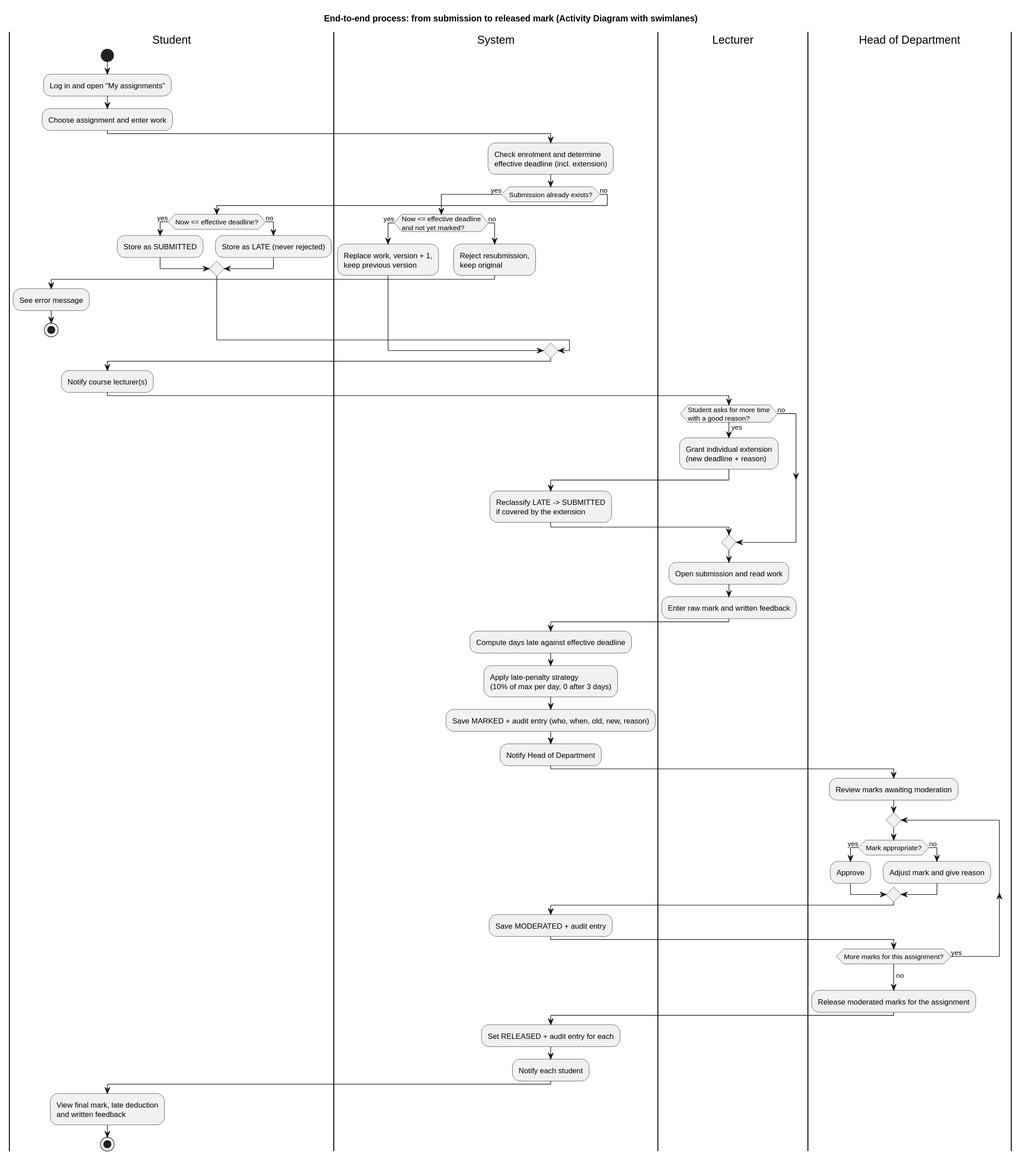
Above: docs/diagrams/rendered/activity-submission-to-release.svg in victormonyekem02-sudo/Edu-Management-System (PlantUML), before the change.
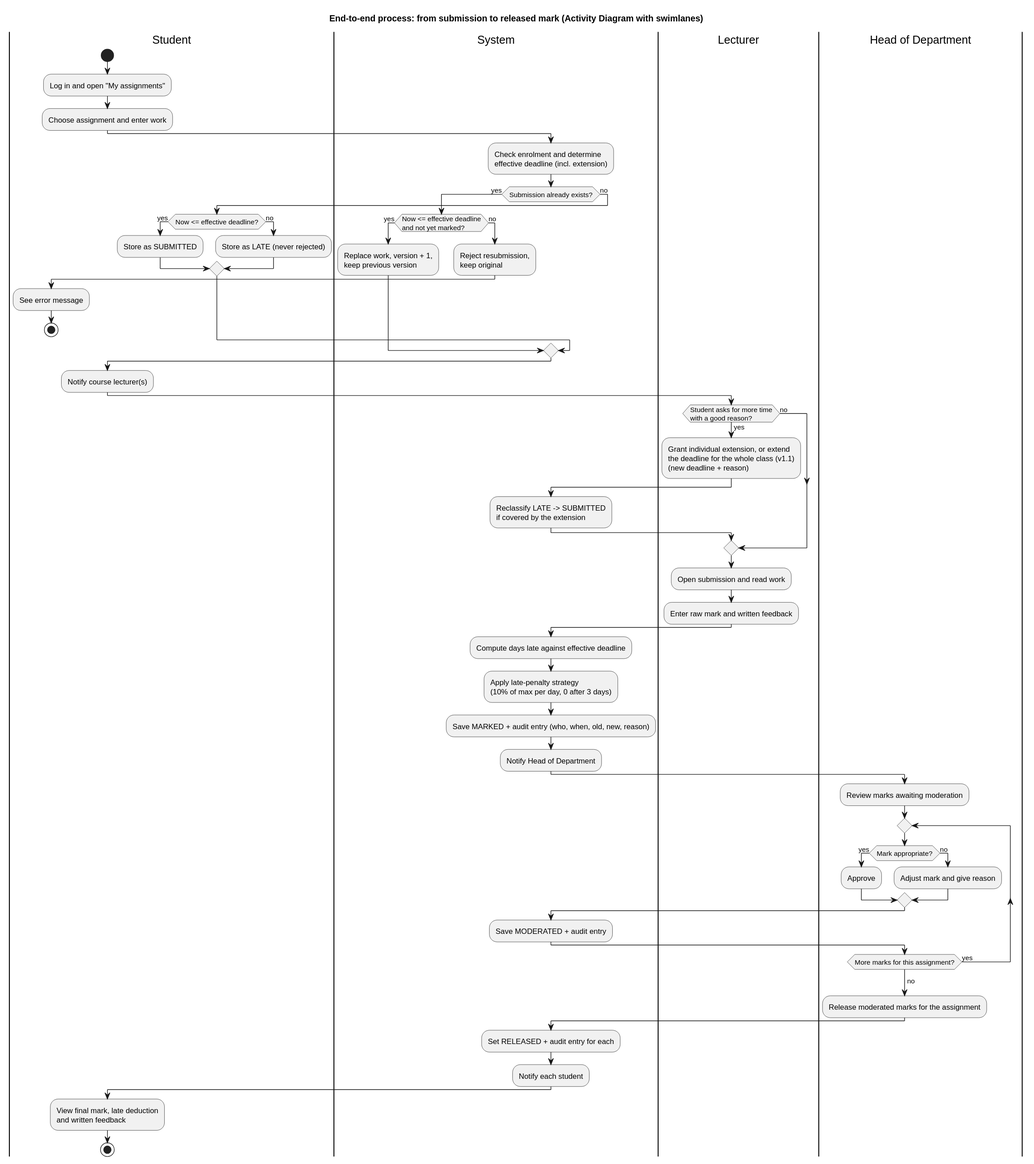
Later version of the same file.

Diff of the diagram source:
```diff
@@ -29,7 +29,9 @@
 :Notify course lecturer(s);
 |Lecturer|
 if (Student asks for more time\nwith a good reason?) then (yes)
-  :Grant individual extension\n(new deadline + reason);
+  :Grant individual extension, or extend
+  the deadline for the whole class (v1.1)
+  (new deadline + reason);
   |System|
   :Reclassify LATE -> SUBMITTED
   if covered by the extension;
```
